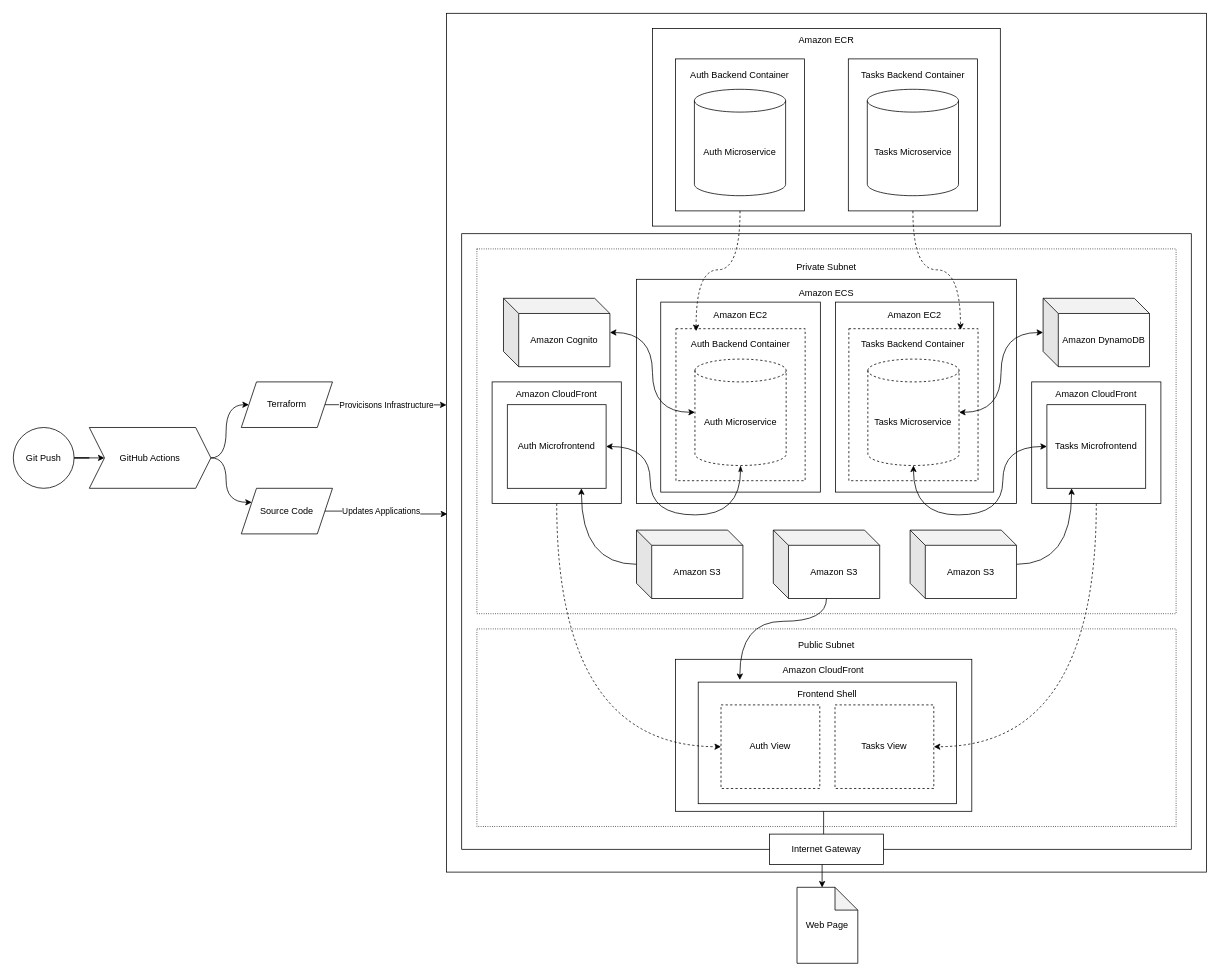
wlnzed/mytasks keeps this draw.io diagram as maps.drawio. Above is the earlier version. Source tidied: cells renumbered, new cells numbered last; positions are measured from the earlier drawing's top-left corner, leaving out a move shared by most shapes. Both pictures are drawn from the tidied source at 76%, with x=0, y=0 at pixel (13, 13).
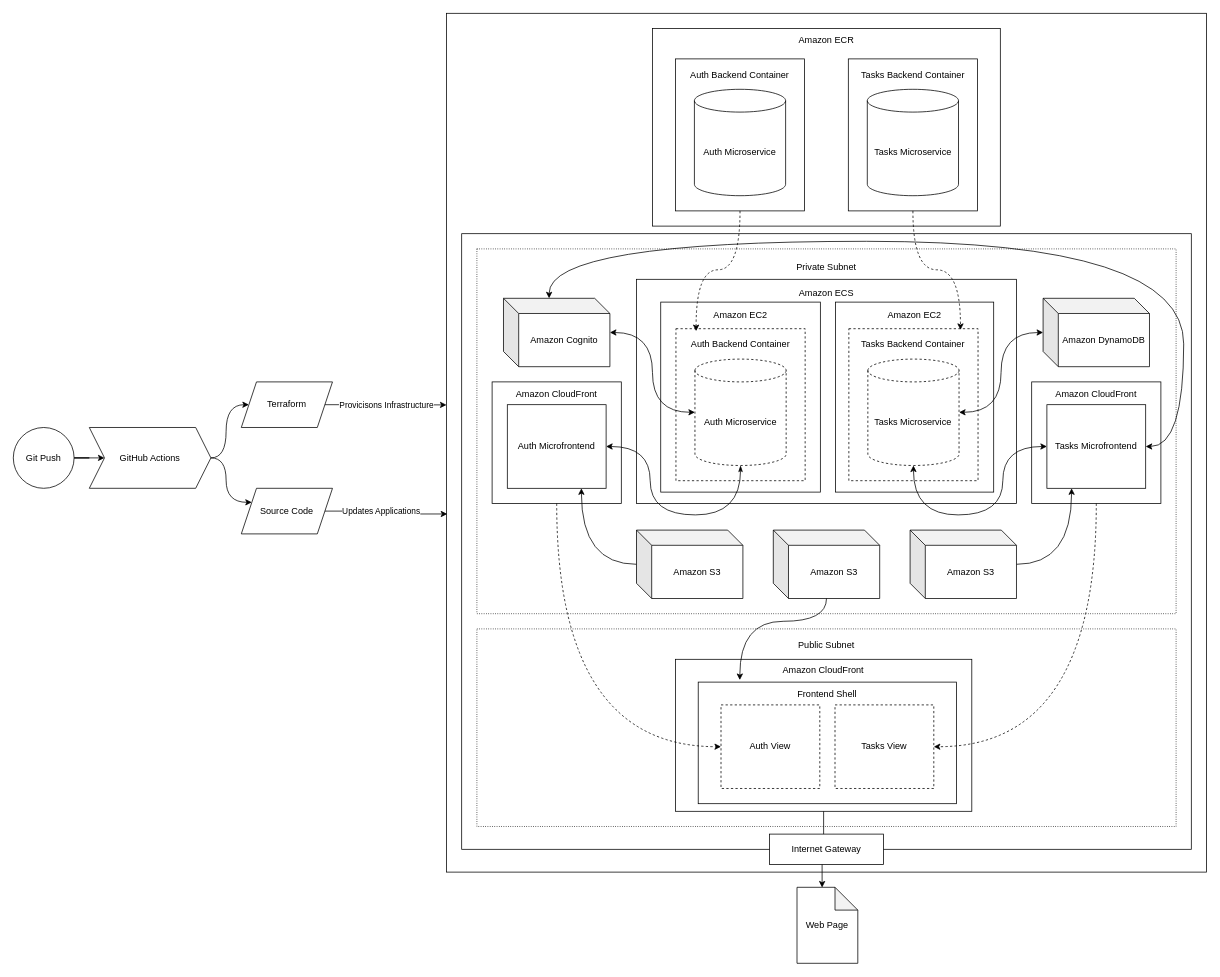
The same diagram, later.

Commit message:
update maps to show tasks mfe comms with cognito

to validate the token received with an authenticated user's request

Unchanged cells that the change refers to:
```xml
<mxCell id="14" value="Amazon Cognito" style="shape=cube;whiteSpace=wrap;html=1;boundedLbl=1;backgroundOutline=1;darkOpacity=0.05;darkOpacity2=0.1;" parent="1" vertex="1">
  <mxGeometry x="645" y="375" width="140" height="90" as="geometry" />
</mxCell>
<mxCell id="17" value="Tasks Microfrontend" style="rounded=0;whiteSpace=wrap;html=1;" parent="1" vertex="1">
  <mxGeometry x="1360" y="515" width="130" height="110" as="geometry" />
</mxCell>
```

The edit, as a diff of the source:
```diff
@@
+    <mxCell id="56" style="edgeStyle=orthogonalEdgeStyle;rounded=0;jettySize=auto;html=1;entryX=0;entryY=0;entryDx=60;entryDy=0;entryPerimeter=0;curved=1;exitX=1;exitY=0.5;exitDx=0;exitDy=0;startArrow=classic;startFill=1;" parent="1" edge="1" source="17" target="14">
+      <mxGeometry relative="1" as="geometry">
+        <Array as="points">
+          <mxPoint x="1540" y="570" />
+          <mxPoint x="1540" y="300" />
+          <mxPoint x="705" y="300" />
+        </Array>
+      </mxGeometry>
+    </mxCell>
```
